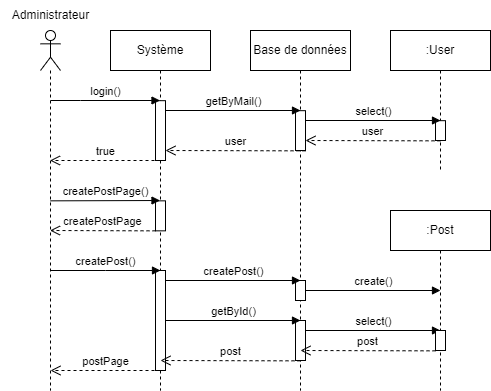
Above: diagrammes/séquences/1-Création d'un post.png in Simoncharbonnier/OCP5 (draw.io), before the change. Source tidied: cells renumbered, new cells last; positions are measured from the earlier drawing's top-left corner, leaving out a move shared by most shapes.
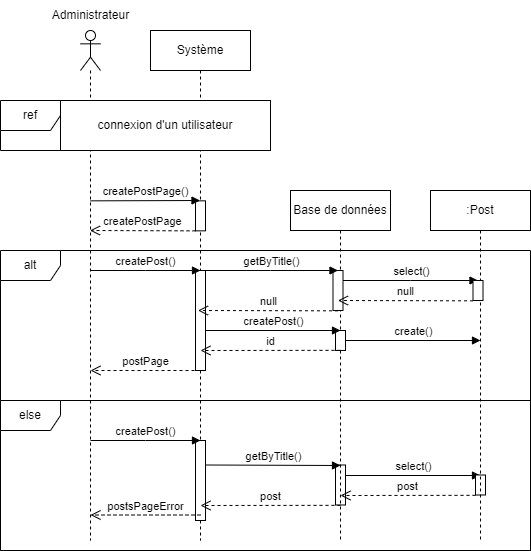
Above is the later version.

What changed in the source:
```diff
@@ -3,80 +3,79 @@
     <mxCell id="0" />
     <mxCell id="1" parent="0" />
     <mxCell id="2" style="shape=umlLifeline;perimeter=lifelinePerimeter;whiteSpace=wrap;html=1;outlineConnect=0;portConstraint=eastwest;newEdgeStyle={&quot;edgeStyle&quot;:&quot;elbowEdgeStyle&quot;,&quot;elbow&quot;:&quot;vertical&quot;,&quot;curved&quot;:0,&quot;rounded&quot;:0};participant=umlActor;" parent="1" vertex="1">
-      <mxGeometry x="40" y="30" width="20" height="360" as="geometry" />
+      <mxGeometry x="40" y="30" width="20" height="510" as="geometry" />
     </mxCell>
     <mxCell id="3" value="Administrateur" style="text;html=1;align=center;verticalAlign=middle;strokeColor=none;fillColor=none;" parent="1" vertex="1">
       <mxGeometry width="100" height="30" as="geometry" />
     </mxCell>
     <mxCell id="4" value="Système" style="shape=umlLifeline;perimeter=lifelinePerimeter;whiteSpace=wrap;html=1;outlineConnect=0;portConstraint=eastwest;newEdgeStyle={&quot;edgeStyle&quot;:&quot;elbowEdgeStyle&quot;,&quot;elbow&quot;:&quot;vertical&quot;,&quot;curved&quot;:0,&quot;rounded&quot;:0};" parent="1" vertex="1">
-      <mxGeometry x="110" y="30" width="100" height="360" as="geometry" />
+      <mxGeometry x="110" y="30" width="100" height="510" as="geometry" />
     </mxCell>
     <mxCell id="5" style="html=1;perimeter=orthogonalPerimeter;targetShapes=umlLifeline;newEdgeStyle={&quot;edgeStyle&quot;:&quot;elbowEdgeStyle&quot;,&quot;elbow&quot;:&quot;vertical&quot;,&quot;curved&quot;:0,&quot;rounded&quot;:0};" parent="4" vertex="1">
       <mxGeometry x="45" y="170.3" width="10" height="30" as="geometry" />
     </mxCell>
-    <mxCell id="6" style="html=1;points=[];perimeter=orthogonalPerimeter;outlineConnect=0;targetShapes=umlLifeline;portConstraint=eastwest;newEdgeStyle={&quot;edgeStyle&quot;:&quot;elbowEdgeStyle&quot;,&quot;elbow&quot;:&quot;vertical&quot;,&quot;curved&quot;:0,&quot;rounded&quot;:0};" parent="4" vertex="1">
-      <mxGeometry x="45" y="70.2" width="10" height="59.8" as="geometry" />
-    </mxCell>
     <mxCell id="7" style="html=1;points=[];perimeter=orthogonalPerimeter;outlineConnect=0;targetShapes=umlLifeline;portConstraint=eastwest;newEdgeStyle={&quot;edgeStyle&quot;:&quot;elbowEdgeStyle&quot;,&quot;elbow&quot;:&quot;vertical&quot;,&quot;curved&quot;:0,&quot;rounded&quot;:0};" parent="4" vertex="1">
       <mxGeometry x="45" y="240" width="10" height="100" as="geometry" />
     </mxCell>
+    <mxCell id="32" style="html=1;perimeter=orthogonalPerimeter;targetShapes=umlLifeline;newEdgeStyle={&quot;edgeStyle&quot;:&quot;elbowEdgeStyle&quot;,&quot;elbow&quot;:&quot;vertical&quot;,&quot;curved&quot;:0,&quot;rounded&quot;:0};" parent="4" vertex="1">
+      <mxGeometry x="45" y="410" width="10" height="80" as="geometry" />
+    </mxCell>
+    <mxCell id="33" style="html=1;points=[];perimeter=orthogonalPerimeter;outlineConnect=0;targetShapes=umlLifeline;portConstraint=eastwest;newEdgeStyle={&quot;edgeStyle&quot;:&quot;elbowEdgeStyle&quot;,&quot;elbow&quot;:&quot;vertical&quot;,&quot;curved&quot;:0,&quot;rounded&quot;:0};" parent="4" vertex="1">
+      <mxGeometry x="185" y="434.5" width="10" height="40" as="geometry" />
+    </mxCell>
+    <mxCell id="34" value="createPost()" style="html=1;verticalAlign=bottom;endArrow=block;edgeStyle=elbowEdgeStyle;elbow=vertical;curved=0;rounded=0;" parent="4" edge="1">
+      <mxGeometry relative="1" as="geometry">
+        <mxPoint x="-60" y="410" as="sourcePoint" />
+        <mxPoint x="50" y="410" as="targetPoint" />
+      </mxGeometry>
+    </mxCell>
+    <mxCell id="35" value="getByTitle()" style="html=1;verticalAlign=bottom;endArrow=block;edgeStyle=elbowEdgeStyle;elbow=vertical;curved=0;rounded=0;" parent="4" edge="1">
+      <mxGeometry relative="1" as="geometry">
+        <mxPoint x="55" y="434.5" as="sourcePoint" />
+        <mxPoint x="190" y="434.5" as="targetPoint" />
+      </mxGeometry>
+    </mxCell>
+    <mxCell id="36" value="select()" style="html=1;verticalAlign=bottom;endArrow=block;edgeStyle=elbowEdgeStyle;elbow=vertical;curved=0;rounded=0;" parent="4" edge="1" source="33">
+      <mxGeometry relative="1" as="geometry">
+        <mxPoint x="330" y="444.5" as="targetPoint" />
+      </mxGeometry>
+    </mxCell>
+    <mxCell id="37" style="html=1;perimeter=orthogonalPerimeter;targetShapes=umlLifeline;newEdgeStyle={&quot;edgeStyle&quot;:&quot;elbowEdgeStyle&quot;,&quot;elbow&quot;:&quot;vertical&quot;,&quot;curved&quot;:0,&quot;rounded&quot;:0};" parent="4" vertex="1">
+      <mxGeometry x="325" y="444.5" width="10" height="20" as="geometry" />
+    </mxCell>
+    <mxCell id="38" value="post" style="html=1;verticalAlign=bottom;endArrow=open;dashed=1;endSize=8;edgeStyle=elbowEdgeStyle;elbow=vertical;curved=0;rounded=0;" parent="4" edge="1">
+      <mxGeometry relative="1" as="geometry">
+        <mxPoint x="325" y="464.8" as="sourcePoint" />
+        <mxPoint x="190" y="464.5" as="targetPoint" />
+      </mxGeometry>
+    </mxCell>
+    <mxCell id="39" value="post" style="html=1;verticalAlign=bottom;endArrow=open;dashed=1;endSize=8;edgeStyle=elbowEdgeStyle;elbow=vertical;curved=0;rounded=0;" parent="4" edge="1">
+      <mxGeometry relative="1" as="geometry">
+        <mxPoint x="190" y="474.8" as="sourcePoint" />
+        <mxPoint x="50" y="474.5" as="targetPoint" />
+      </mxGeometry>
+    </mxCell>
+    <mxCell id="40" value="postsPageError" style="html=1;verticalAlign=bottom;endArrow=open;dashed=1;endSize=8;edgeStyle=elbowEdgeStyle;elbow=vertical;curved=0;rounded=0;" parent="4" edge="1">
+      <mxGeometry relative="1" as="geometry">
+        <mxPoint x="50" y="484.5" as="sourcePoint" />
+        <mxPoint x="-60" y="484.5" as="targetPoint" />
+        <Array as="points">
+          <mxPoint x="20" y="484.5" />
+        </Array>
+      </mxGeometry>
+    </mxCell>
     <mxCell id="8" value="Base de données" style="shape=umlLifeline;perimeter=lifelinePerimeter;whiteSpace=wrap;html=1;newEdgeStyle={&quot;edgeStyle&quot;:&quot;elbowEdgeStyle&quot;,&quot;elbow&quot;:&quot;vertical&quot;,&quot;curved&quot;:0,&quot;rounded&quot;:0};" parent="1" vertex="1">
-      <mxGeometry x="250" y="30" width="100" height="360" as="geometry" />
+      <mxGeometry x="250" y="190" width="100" height="350" as="geometry" />
     </mxCell>
-    <mxCell id="9" style="html=1;points=[];perimeter=orthogonalPerimeter;outlineConnect=0;targetShapes=umlLifeline;portConstraint=eastwest;newEdgeStyle={&quot;edgeStyle&quot;:&quot;elbowEdgeStyle&quot;,&quot;elbow&quot;:&quot;vertical&quot;,&quot;curved&quot;:0,&quot;rounded&quot;:0};" parent="8" vertex="1">
-      <mxGeometry x="45" y="80.2" width="10" height="39.8" as="geometry" />
-    </mxCell>
     <mxCell id="10" style="html=1;points=[];perimeter=orthogonalPerimeter;outlineConnect=0;targetShapes=umlLifeline;portConstraint=eastwest;newEdgeStyle={&quot;edgeStyle&quot;:&quot;elbowEdgeStyle&quot;,&quot;elbow&quot;:&quot;vertical&quot;,&quot;curved&quot;:0,&quot;rounded&quot;:0};" parent="8" vertex="1">
-      <mxGeometry x="45" y="250" width="10" height="20" as="geometry" />
+      <mxGeometry x="45" y="140" width="10" height="20" as="geometry" />
     </mxCell>
-    <mxCell id="11" style="html=1;points=[];perimeter=orthogonalPerimeter;outlineConnect=0;targetShapes=umlLifeline;portConstraint=eastwest;newEdgeStyle={&quot;edgeStyle&quot;:&quot;elbowEdgeStyle&quot;,&quot;elbow&quot;:&quot;vertical&quot;,&quot;curved&quot;:0,&quot;rounded&quot;:0};" parent="8" vertex="1">
-      <mxGeometry x="45" y="290" width="10" height="40" as="geometry" />
-    </mxCell>
-    <mxCell id="12" value=":User" style="shape=umlLifeline;perimeter=lifelinePerimeter;whiteSpace=wrap;html=1;newEdgeStyle={&quot;edgeStyle&quot;:&quot;elbowEdgeStyle&quot;,&quot;elbow&quot;:&quot;vertical&quot;,&quot;curved&quot;:0,&quot;rounded&quot;:0};" parent="1" vertex="1">
-      <mxGeometry x="390" y="30" width="100" height="140" as="geometry" />
-    </mxCell>
-    <mxCell id="13" style="html=1;perimeter=orthogonalPerimeter;targetShapes=umlLifeline;newEdgeStyle={&quot;edgeStyle&quot;:&quot;elbowEdgeStyle&quot;,&quot;elbow&quot;:&quot;vertical&quot;,&quot;curved&quot;:0,&quot;rounded&quot;:0};" parent="12" vertex="1">
-      <mxGeometry x="45" y="90.2" width="10" height="19.8" as="geometry" />
-    </mxCell>
     <mxCell id="14" value="createPostPage()" style="html=1;verticalAlign=bottom;endArrow=block;edgeStyle=elbowEdgeStyle;elbow=vertical;curved=0;rounded=0;" parent="1" edge="1">
       <mxGeometry relative="1" as="geometry">
         <mxPoint x="50" y="200.3" as="sourcePoint" />
         <mxPoint x="159.5" y="200.2" as="targetPoint" />
       </mxGeometry>
     </mxCell>
-    <mxCell id="15" value="login()" style="html=1;verticalAlign=bottom;endArrow=block;edgeStyle=elbowEdgeStyle;elbow=vertical;curved=0;rounded=0;" parent="1" edge="1" target="4">
-      <mxGeometry relative="1" as="geometry">
-        <mxPoint x="50" y="100" as="sourcePoint" />
-      </mxGeometry>
-    </mxCell>
-    <mxCell id="16" value="true" style="html=1;verticalAlign=bottom;endArrow=open;dashed=1;endSize=8;edgeStyle=elbowEdgeStyle;elbow=vertical;curved=0;rounded=0;" parent="1" edge="1" target="2">
-      <mxGeometry relative="1" as="geometry">
-        <mxPoint x="160" y="160" as="sourcePoint" />
-        <Array as="points">
-          <mxPoint x="130" y="160" />
-        </Array>
-      </mxGeometry>
-    </mxCell>
-    <mxCell id="17" value="getByMail()" style="html=1;verticalAlign=bottom;endArrow=block;edgeStyle=elbowEdgeStyle;elbow=vertical;curved=0;rounded=0;" parent="1" edge="1" source="6">
-      <mxGeometry relative="1" as="geometry">
-        <mxPoint x="300" y="110" as="targetPoint" />
-      </mxGeometry>
-    </mxCell>
-    <mxCell id="18" value="select()" style="html=1;verticalAlign=bottom;endArrow=block;edgeStyle=elbowEdgeStyle;elbow=vertical;curved=0;rounded=0;" parent="1" edge="1" source="9">
-      <mxGeometry relative="1" as="geometry">
-        <mxPoint x="440" y="120" as="targetPoint" />
-      </mxGeometry>
-    </mxCell>
-    <mxCell id="19" value="user" style="html=1;verticalAlign=bottom;endArrow=open;dashed=1;endSize=8;edgeStyle=elbowEdgeStyle;elbow=vertical;curved=0;rounded=0;" parent="1" edge="1" target="9">
-      <mxGeometry relative="1" as="geometry">
-        <mxPoint x="440" y="140.3" as="sourcePoint" />
-      </mxGeometry>
-    </mxCell>
-    <mxCell id="20" value="user" style="html=1;verticalAlign=bottom;endArrow=open;dashed=1;endSize=8;edgeStyle=elbowEdgeStyle;elbow=vertical;curved=0;rounded=0;" parent="1" edge="1" target="6">
-      <mxGeometry relative="1" as="geometry">
-        <mxPoint x="305" y="150.3" as="sourcePoint" />
-      </mxGeometry>
-    </mxCell>
     <mxCell id="21" value="createPostPage" style="html=1;verticalAlign=bottom;endArrow=open;dashed=1;endSize=8;edgeStyle=elbowEdgeStyle;elbow=vertical;curved=0;rounded=0;" parent="1" edge="1">
       <mxGeometry relative="1" as="geometry">
         <mxPoint x="155" y="230.3" as="sourcePoint" />
@@ -89,44 +88,20 @@
         <mxPoint x="160" y="270" as="targetPoint" />
       </mxGeometry>
     </mxCell>
-    <mxCell id="23" value="createPost()" style="html=1;verticalAlign=bottom;endArrow=block;edgeStyle=elbowEdgeStyle;elbow=vertical;curved=0;rounded=0;" parent="1" edge="1" source="7">
+    <mxCell id="23" value="createPost()" style="html=1;verticalAlign=bottom;endArrow=block;edgeStyle=elbowEdgeStyle;elbow=vertical;curved=0;rounded=0;" parent="1" edge="1">
       <mxGeometry relative="1" as="geometry">
-        <mxPoint x="300" y="280" as="targetPoint" />
+        <mxPoint x="165" y="330" as="sourcePoint" />
+        <mxPoint x="300" y="330" as="targetPoint" />
       </mxGeometry>
     </mxCell>
     <mxCell id="24" value="create()" style="html=1;verticalAlign=bottom;endArrow=block;edgeStyle=elbowEdgeStyle;elbow=vertical;curved=0;rounded=0;" parent="1" edge="1" source="10">
       <mxGeometry relative="1" as="geometry">
-        <mxPoint x="440" y="290" as="targetPoint" />
+        <mxPoint x="440" y="340" as="targetPoint" />
       </mxGeometry>
     </mxCell>
-    <mxCell id="25" value="getById()" style="html=1;verticalAlign=bottom;endArrow=block;edgeStyle=elbowEdgeStyle;elbow=vertical;curved=0;rounded=0;" parent="1" edge="1" source="7">
-      <mxGeometry relative="1" as="geometry">
-        <mxPoint x="300" y="320" as="targetPoint" />
-      </mxGeometry>
-    </mxCell>
-    <mxCell id="26" value="select()" style="html=1;verticalAlign=bottom;endArrow=block;edgeStyle=elbowEdgeStyle;elbow=vertical;curved=0;rounded=0;" parent="1" edge="1" source="11">
-      <mxGeometry relative="1" as="geometry">
-        <mxPoint x="440" y="330" as="targetPoint" />
-      </mxGeometry>
-    </mxCell>
     <mxCell id="27" value=":Post" style="shape=umlLifeline;perimeter=lifelinePerimeter;whiteSpace=wrap;html=1;newEdgeStyle={&quot;edgeStyle&quot;:&quot;elbowEdgeStyle&quot;,&quot;elbow&quot;:&quot;vertical&quot;,&quot;curved&quot;:0,&quot;rounded&quot;:0};" parent="1" vertex="1">
-      <mxGeometry x="390" y="210" width="100" height="180" as="geometry" />
+      <mxGeometry x="390" y="190" width="100" height="350" as="geometry" />
     </mxCell>
-    <mxCell id="28" style="html=1;perimeter=orthogonalPerimeter;targetShapes=umlLifeline;newEdgeStyle={&quot;edgeStyle&quot;:&quot;elbowEdgeStyle&quot;,&quot;elbow&quot;:&quot;vertical&quot;,&quot;curved&quot;:0,&quot;rounded&quot;:0};" parent="27" vertex="1">
-      <mxGeometry x="45" y="120" width="10" height="20" as="geometry" />
-    </mxCell>
-    <mxCell id="29" value="post" style="html=1;verticalAlign=bottom;endArrow=open;dashed=1;endSize=8;edgeStyle=elbowEdgeStyle;elbow=vertical;curved=0;rounded=0;" parent="1" edge="1">
-      <mxGeometry relative="1" as="geometry">
-        <mxPoint x="435" y="350.3" as="sourcePoint" />
-        <mxPoint x="300" y="350" as="targetPoint" />
-      </mxGeometry>
-    </mxCell>
-    <mxCell id="30" value="post" style="html=1;verticalAlign=bottom;endArrow=open;dashed=1;endSize=8;edgeStyle=elbowEdgeStyle;elbow=vertical;curved=0;rounded=0;" parent="1" edge="1">
-      <mxGeometry relative="1" as="geometry">
-        <mxPoint x="300" y="360.3" as="sourcePoint" />
-        <mxPoint x="160" y="360" as="targetPoint" />
-      </mxGeometry>
-    </mxCell>
     <mxCell id="31" value="postPage" style="html=1;verticalAlign=bottom;endArrow=open;dashed=1;endSize=8;edgeStyle=elbowEdgeStyle;elbow=vertical;curved=0;rounded=0;" parent="1" edge="1">
       <mxGeometry relative="1" as="geometry">
         <mxPoint x="160" y="370" as="sourcePoint" />
@@ -136,5 +111,52 @@
         </Array>
       </mxGeometry>
     </mxCell>
+    <mxCell id="41" value="ref" style="shape=umlFrame;whiteSpace=wrap;html=1;labelBackgroundColor=default;fontStyle=0;shadow=0;perimeterSpacing=0;" parent="1" vertex="1">
+      <mxGeometry x="-40" y="100" width="270" height="50" as="geometry" />
+    </mxCell>
+    <mxCell id="42" value="connexion d'un utilisateur" style="text;html=1;strokeColor=default;fillColor=default;align=center;verticalAlign=middle;whiteSpace=wrap;rounded=0;" parent="1" vertex="1">
+      <mxGeometry x="20" y="100" width="210" height="50" as="geometry" />
+    </mxCell>
+    <mxCell id="43" value="id" style="html=1;verticalAlign=bottom;endArrow=open;dashed=1;endSize=8;edgeStyle=elbowEdgeStyle;elbow=vertical;curved=0;rounded=0;" parent="1" edge="1">
+      <mxGeometry relative="1" as="geometry">
+        <mxPoint x="300" y="349.8" as="sourcePoint" />
+        <mxPoint x="160" y="349.5" as="targetPoint" />
+      </mxGeometry>
+    </mxCell>
+    <mxCell id="44" value="alt" style="shape=umlFrame;whiteSpace=wrap;html=1;" parent="1" vertex="1">
+      <mxGeometry x="-40" y="250" width="530" height="300" as="geometry" />
+    </mxCell>
+    <mxCell id="45" value="else" style="shape=umlFrame;whiteSpace=wrap;html=1;" parent="1" vertex="1">
+      <mxGeometry x="-40" y="400" width="530" height="150" as="geometry" />
+    </mxCell>
+    <mxCell id="46" style="html=1;points=[];perimeter=orthogonalPerimeter;outlineConnect=0;targetShapes=umlLifeline;portConstraint=eastwest;newEdgeStyle={&quot;edgeStyle&quot;:&quot;elbowEdgeStyle&quot;,&quot;elbow&quot;:&quot;vertical&quot;,&quot;curved&quot;:0,&quot;rounded&quot;:0};" parent="1" vertex="1">
+      <mxGeometry x="292.5" y="270" width="10" height="40" as="geometry" />
+    </mxCell>
+    <mxCell id="47" value="getByTitle()" style="html=1;verticalAlign=bottom;endArrow=block;edgeStyle=elbowEdgeStyle;elbow=vertical;curved=0;rounded=0;" parent="1" edge="1">
+      <mxGeometry relative="1" as="geometry">
+        <mxPoint x="162.5" y="270" as="sourcePoint" />
+        <mxPoint x="297.5" y="270" as="targetPoint" />
+      </mxGeometry>
+    </mxCell>
+    <mxCell id="48" value="select()" style="html=1;verticalAlign=bottom;endArrow=block;edgeStyle=elbowEdgeStyle;elbow=vertical;curved=0;rounded=0;" parent="1" edge="1" source="46">
+      <mxGeometry relative="1" as="geometry">
+        <mxPoint x="437.5" y="280" as="targetPoint" />
+      </mxGeometry>
+    </mxCell>
+    <mxCell id="49" style="html=1;perimeter=orthogonalPerimeter;targetShapes=umlLifeline;newEdgeStyle={&quot;edgeStyle&quot;:&quot;elbowEdgeStyle&quot;,&quot;elbow&quot;:&quot;vertical&quot;,&quot;curved&quot;:0,&quot;rounded&quot;:0};" parent="1" vertex="1">
+      <mxGeometry x="432.5" y="280" width="10" height="20" as="geometry" />
+    </mxCell>
+    <mxCell id="50" value="null" style="html=1;verticalAlign=bottom;endArrow=open;dashed=1;endSize=8;edgeStyle=elbowEdgeStyle;elbow=vertical;curved=0;rounded=0;" parent="1" edge="1">
+      <mxGeometry relative="1" as="geometry">
+        <mxPoint x="432.5" y="300.3" as="sourcePoint" />
+        <mxPoint x="297.5" y="300" as="targetPoint" />
+      </mxGeometry>
+    </mxCell>
+    <mxCell id="51" value="null" style="html=1;verticalAlign=bottom;endArrow=open;dashed=1;endSize=8;edgeStyle=elbowEdgeStyle;elbow=vertical;curved=0;rounded=0;" parent="1" edge="1">
+      <mxGeometry relative="1" as="geometry">
+        <mxPoint x="297.5" y="310.3" as="sourcePoint" />
+        <mxPoint x="157.5" y="310" as="targetPoint" />
+      </mxGeometry>
+    </mxCell>
   </root>
 </mxGraphModel>
```
